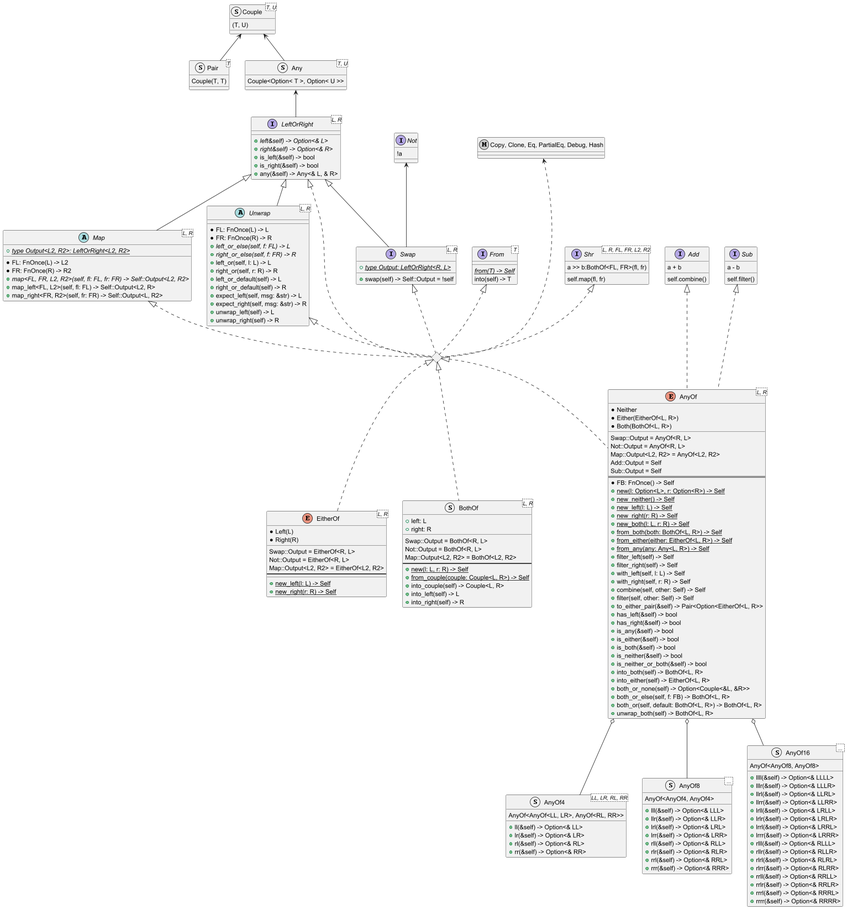
Before: doc/any_of-type-diagram.png, a diagram exported from PlantUML (Trehinos/any_of).
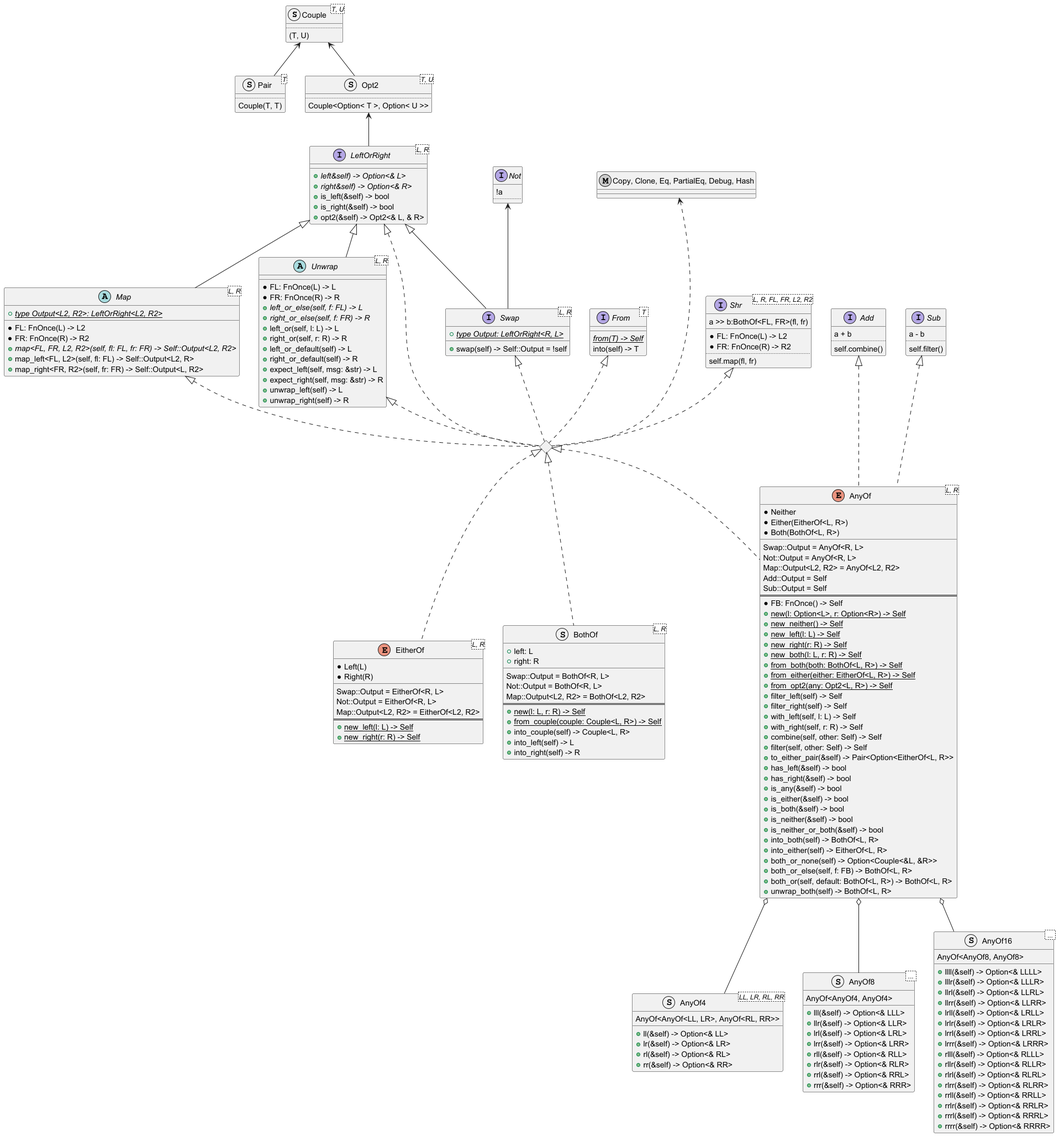
The same file after the commit.

The edit, as a diff of the source:
```diff
@@ -1,26 +1,27 @@
 @startuml
 struct Couple<T, U> {
+    ..
     (T, U)
-    __
 }
 struct Pair<T> {
+    ..
     Couple(T, T)
-    __
 }
 Couple <-- Pair
 
-struct Any<T, U> {
+struct Opt2<T, U> {
+    ..
     Couple<Option< T >, Option< U >>
 }
-Couple <-- Any
+Couple <-- Opt2
 
-Any <-- LeftOrRight
+Opt2 <-- LeftOrRight
 interface LeftOrRight<L, R> {
     + {abstract} left&self) -> Option<& L>
     + {abstract} right&self) -> Option<& R>
     + is_left(&self) -> bool
     + is_right(&self) -> bool
-    + any(&self) -> Any<& L, & R>
+    + opt2(&self) -> Opt2<& L, & R>
 }
 
 LeftOrRight <|-- Map
@@ -52,6 +53,7 @@
 
 interface Not {
     !a
+    ..
 }
 Not <-- Swap
 LeftOrRight <|-- Swap
@@ -68,17 +70,20 @@
 metaclass "Copy, Clone, Eq, PartialEq, Debug, Hash"
 interface Add {
     a + b
-    __
+    ..
     self.combine()
 }
 interface Sub {
     a - b
-    __
+    ..
     self.filter()
 }
 interface Shr<L, R, FL, FR, L2, R2> {
     a >> b:BothOf<FL, FR>(fl, fr)
     __
+    * FL: FnOnce(L) -> L2
+    * FR: FnOnce(R) -> R2
+    ..
     self.map(fl, fr)
 }
 
@@ -102,7 +107,6 @@
     Not::Output = EitherOf<R, L>
     Map::Output<L2, R2> = EitherOf<L2, R2>
     ==
-    __
     + {static} new_left(l: L) -> Self
     + {static} new_right(r: R) -> Self
 }
@@ -145,7 +149,7 @@
     + {static} new_both(l: L, r: R) -> Self
     + {static} from_both(both: BothOf<L, R>) -> Self
     + {static} from_either(either: EitherOf<L, R>) -> Self
-    + {static} from_any(any: Any<L, R>) -> Self
+    + {static} from_opt2(any: Opt2<L, R>) -> Self
     + filter_left(self) -> Self
     + filter_right(self) -> Self
     + with_left(self, l: L) -> Self
```
